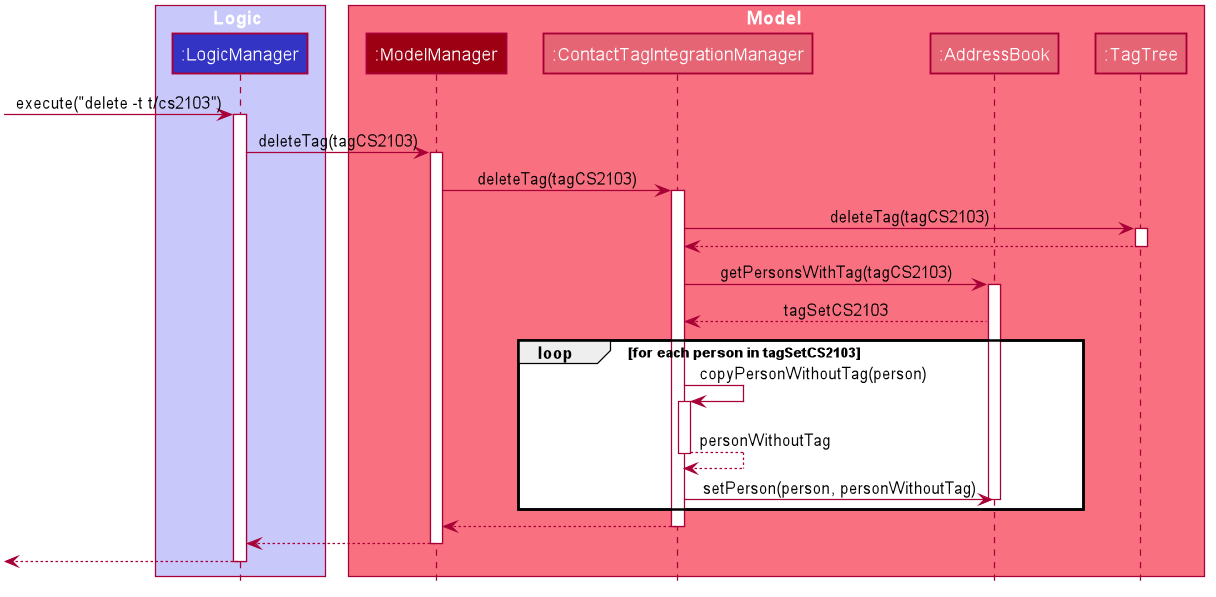
Earlier version of the PlantUML export docs/images/DeleteTagSequenceDiagram.png (solkim-83/tp).
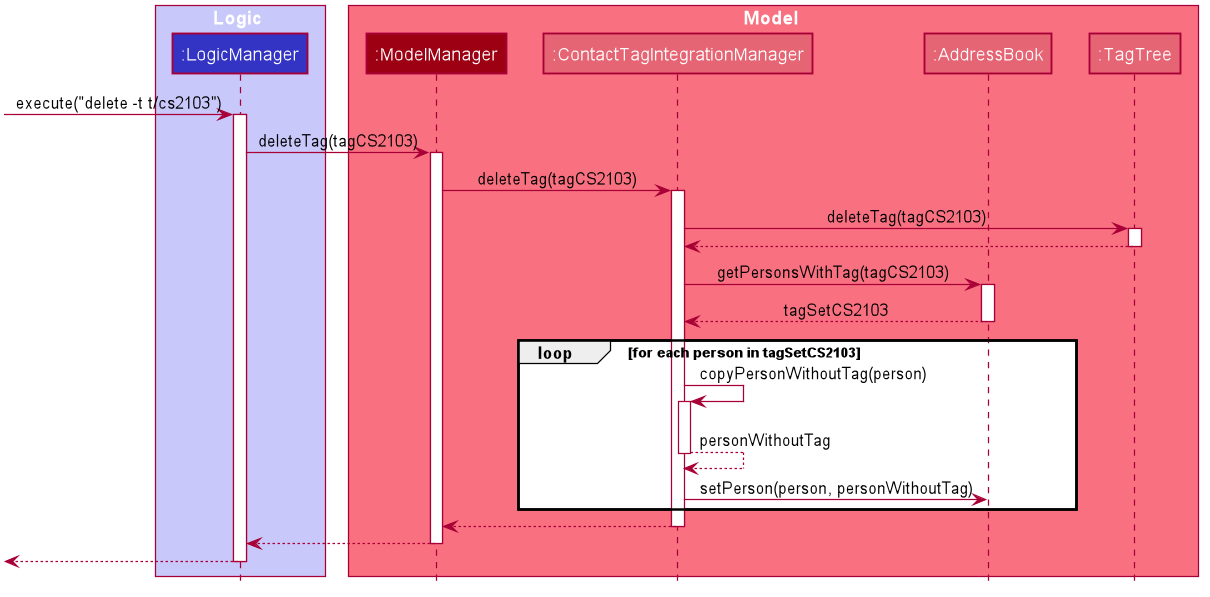
Later version of the same file.

Commit message:
Fix some uml bugs

The edit, as a diff of the source:
```diff
@@ -78,6 +78,7 @@
 activate AddressBook
 
 AddressBook --> ContactTagIntegrationManager : tagSetCS2103
+deactivate AddressBook
 
 loop for each person in tagSetCS2103
 
```
